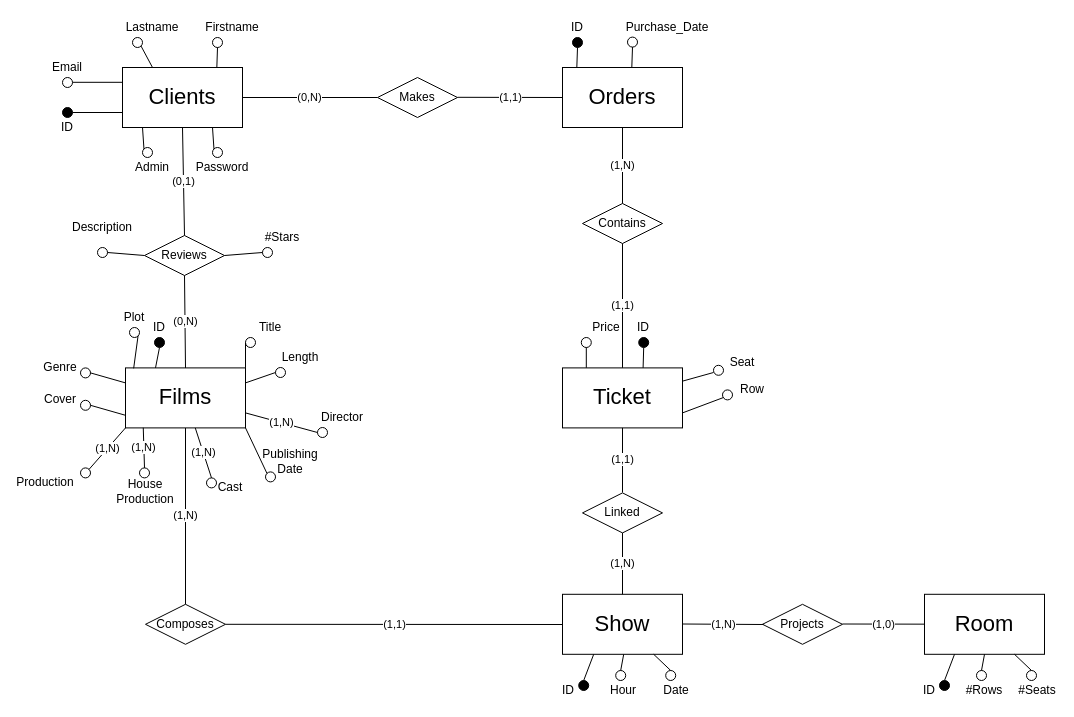
Earlier version of the draw.io diagram Sql/UniCinema.drawio (BlooDMasK/UniCinema). Source tidied: cells renumbered, new cells numbered last; positions are measured from the earlier drawing's top-left corner, leaving out a move shared by most shapes. Both pictures are drawn from the tidied source at 100%, with x=0, y=0 at pixel (25, 17).
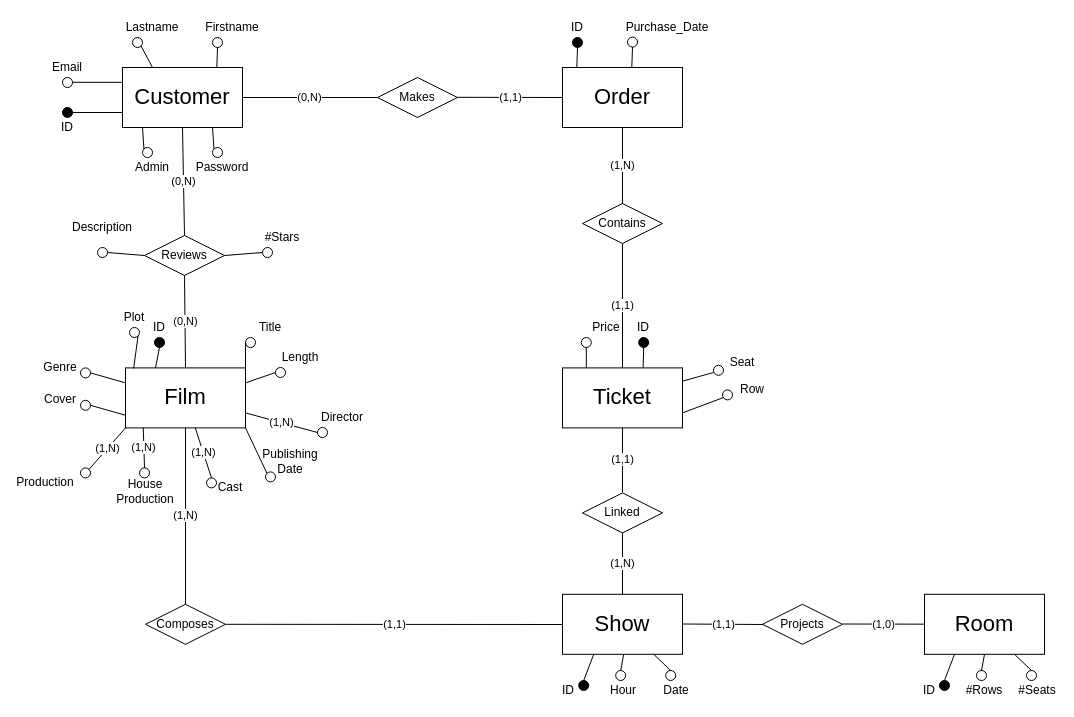
The same diagram, later.

Commit message:
sql: database sql

Unchanged cells that the change refers to:
```xml
<mxCell id="82" value="Reviews" style="rhombus;whiteSpace=wrap;html=1;fillColor=none;" parent="1" vertex="1">
  <mxGeometry x="119" y="218" width="80" height="40" as="geometry" />
</mxCell>
```

Diff of the diagram source:
```diff
@@
-    <mxCell id="2" value="&lt;font style=&quot;font-size: 22px&quot;&gt;Clients&lt;/font&gt;" style="rounded=0;whiteSpace=wrap;html=1;" parent="1" vertex="1">
+    <mxCell id="2" value="&lt;font style=&quot;font-size: 22px&quot;&gt;Customer&lt;/font&gt;" style="rounded=0;whiteSpace=wrap;html=1;" parent="1" vertex="1">
       <mxGeometry x="97" y="50" width="120" height="60" as="geometry" />
     </mxCell>
@@
-    <mxCell id="19" value="&lt;font style=&quot;font-size: 22px&quot;&gt;Orders&lt;/font&gt;" style="rounded=0;whiteSpace=wrap;html=1;" parent="1" vertex="1">
+    <mxCell id="19" value="&lt;font style=&quot;font-size: 22px&quot;&gt;Order&lt;/font&gt;" style="rounded=0;whiteSpace=wrap;html=1;" parent="1" vertex="1">
       <mxGeometry x="537" y="50" width="120" height="60" as="geometry" />
     </mxCell>
@@
-    <mxCell id="43" value="&lt;font style=&quot;font-size: 22px&quot;&gt;Films&lt;/font&gt;" style="rounded=0;whiteSpace=wrap;html=1;" parent="1" vertex="1">
+    <mxCell id="43" value="&lt;font style=&quot;font-size: 22px&quot;&gt;Film&lt;/font&gt;" style="rounded=0;whiteSpace=wrap;html=1;" parent="1" vertex="1">
       <mxGeometry x="100" y="350.4" width="120" height="60" as="geometry" />
     </mxCell>
@@
-    <mxCell id="84" value="(0,1)" style="endArrow=none;html=1;entryX=0.5;entryY=1;entryDx=0;entryDy=0;exitX=0.5;exitY=0;exitDx=0;exitDy=0;" parent="1" edge="1" source="82" target="2">
-      <mxGeometry relative="1" as="geometry" />
+    <mxCell id="84" value="(0,N)" style="endArrow=none;html=1;entryX=0.5;entryY=1;entryDx=0;entryDy=0;exitX=0.5;exitY=0;exitDx=0;exitDy=0;" parent="1" edge="1">
+      <mxGeometry relative="1" as="geometry">
+        <mxPoint x="159" y="218" as="sourcePoint" />
+        <mxPoint x="157" y="110" as="targetPoint" />
+      </mxGeometry>
     </mxCell>
@@
-    <mxCell id="103" value="(1,N)" style="endArrow=none;html=1;exitX=1;exitY=0.5;exitDx=0;exitDy=0;" parent="1" edge="1">
+    <mxCell id="103" value="(1,1)" style="endArrow=none;html=1;exitX=1;exitY=0.5;exitDx=0;exitDy=0;" parent="1" edge="1">
       <mxGeometry relative="1" as="geometry">
         <mxPoint x="657" y="606.5" as="sourcePoint" />
         <mxPoint x="738" y="607" as="targetPoint" />
       </mxGeometry>
     </mxCell>
```
